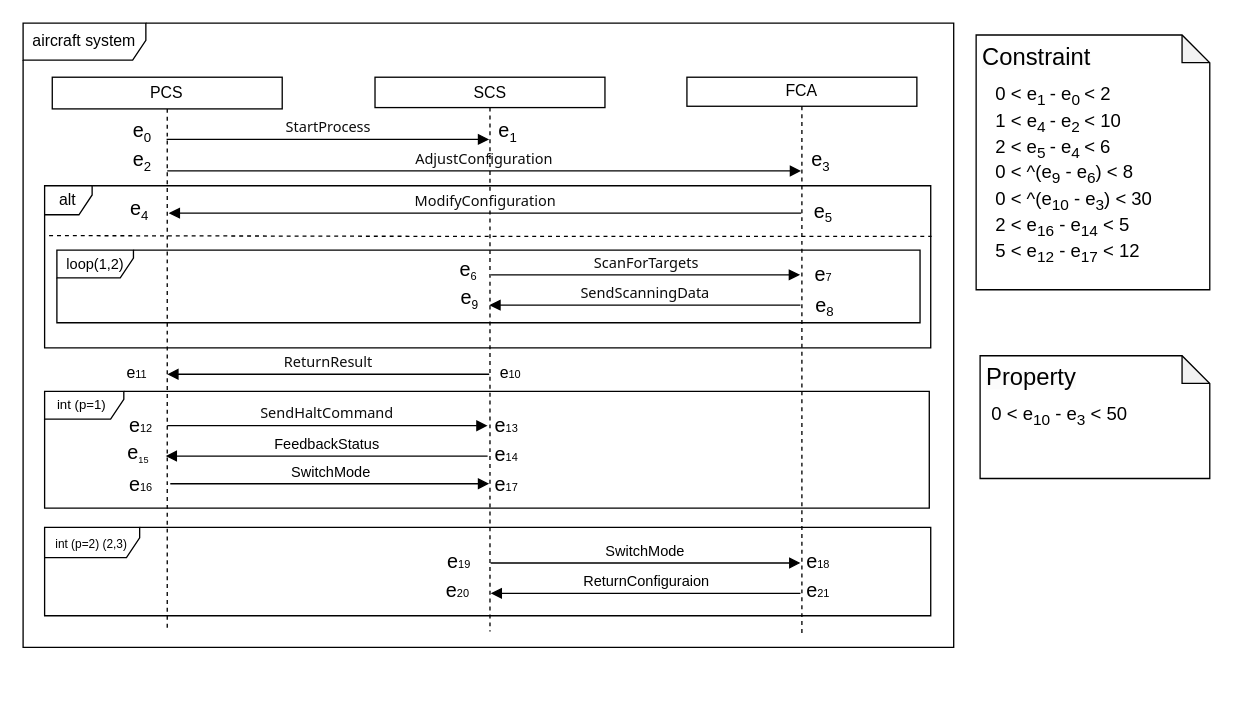
ShiYufei0708/draw keeps this draw.io diagram as block.drawio. Above is the earlier version. Source tidied: cells renumbered, new cells numbered last; positions are measured from the earlier drawing's top-left corner, leaving out a move shared by most shapes. Both pictures are drawn from the tidied source at 132%, with x=0, y=0 at pixel (22, 22).
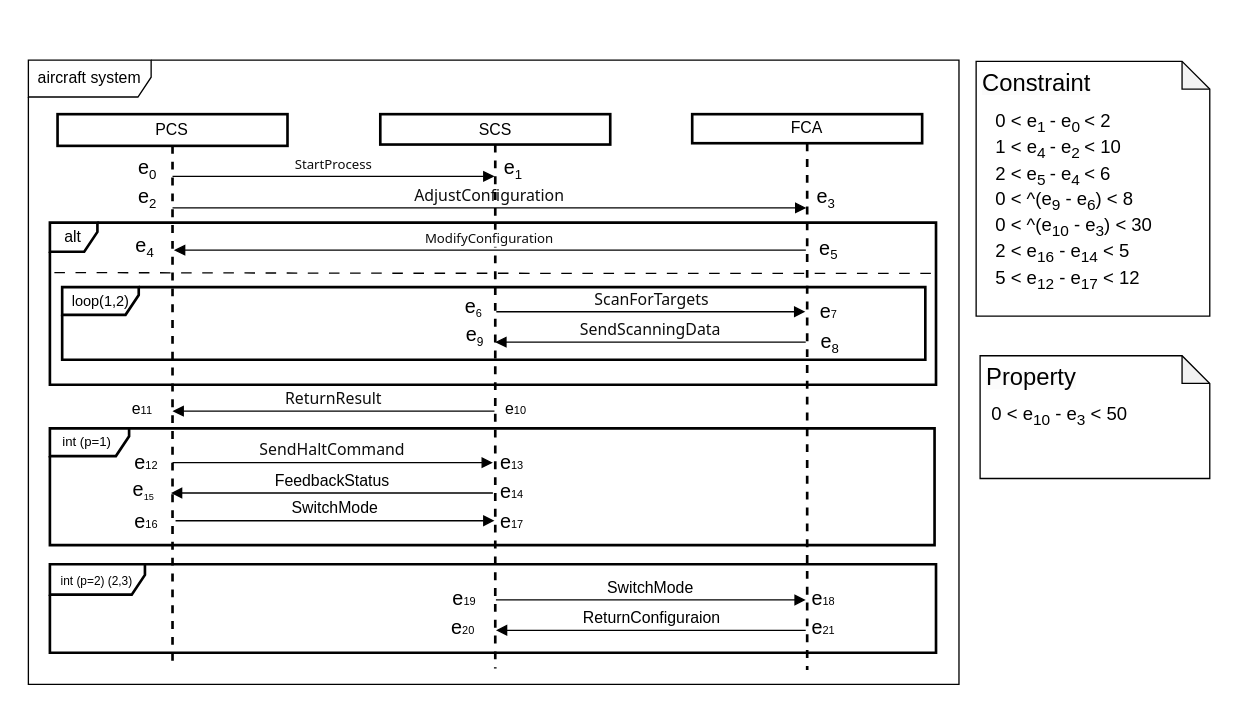
The same diagram, later.

The edit, as a diff of the source:
```diff
@@
     <mxCell id="2" style="group;" parent="1" vertex="1">
-      <mxGeometry x="722" y="9" width="177" height="193" as="geometry" />
+      <mxGeometry x="722" y="29" width="177" height="193" as="geometry" />
     </mxCell>
@@
-    <mxCell id="9" style="group;" parent="1" vertex="1">
-      <mxGeometry width="705" height="473" as="geometry" />
+    <mxCell id="9" style="group;strokeWidth=2;" parent="1" vertex="1">
+      <mxGeometry x="4" y="28" width="705" height="473" as="geometry" />
     </mxCell>
@@
-    <mxCell id="11" value="PCS" style="shape=umlLifeline;perimeter=lifelinePerimeter;whiteSpace=wrap;html=1;outlineConnect=0;portConstraint=eastwest;newEdgeStyle={&quot;curved&quot;:0,&quot;rounded&quot;:0};size=24;" parent="9" vertex="1">
+    <mxCell id="11" value="PCS" style="shape=umlLifeline;perimeter=lifelinePerimeter;whiteSpace=wrap;html=1;outlineConnect=0;portConstraint=eastwest;newEdgeStyle={&quot;curved&quot;:0,&quot;rounded&quot;:0};size=24;strokeWidth=2;" parent="9" vertex="1">
       <mxGeometry x="22.1" y="41" width="174.2" height="420" as="geometry" />
     </mxCell>
-    <mxCell id="12" value="FCA" style="shape=umlLifeline;perimeter=lifelinePerimeter;whiteSpace=wrap;html=1;outlineConnect=0;portConstraint=eastwest;newEdgeStyle={&quot;curved&quot;:0,&quot;rounded&quot;:0};size=22;" parent="9" vertex="1">
+    <mxCell id="12" value="FCA" style="shape=umlLifeline;perimeter=lifelinePerimeter;whiteSpace=wrap;html=1;outlineConnect=0;portConstraint=eastwest;newEdgeStyle={&quot;curved&quot;:0,&quot;rounded&quot;:0};size=22;strokeWidth=2;" parent="9" vertex="1">
       <mxGeometry x="502.9" y="41" width="174.2" height="421" as="geometry" />
     </mxCell>
-    <mxCell id="13" value="&lt;span style=&quot;color: rgb(13, 13, 13); font-family: Söhne, ui-sans-serif, system-ui, -apple-system, &amp;quot;Segoe UI&amp;quot;, Roboto, Ubuntu, Cantarell, &amp;quot;Noto Sans&amp;quot;, sans-serif, &amp;quot;Helvetica Neue&amp;quot;, Arial, &amp;quot;Apple Color Emoji&amp;quot;, &amp;quot;Segoe UI Emoji&amp;quot;, &amp;quot;Segoe UI Symbol&amp;quot;, &amp;quot;Noto Color Emoji&amp;quot;; text-align: left; white-space: pre-wrap;&quot;&gt;&lt;font style=&quot;font-size: 11px;&quot;&gt;AdjustConfiguration&lt;/font&gt;&lt;/span&gt;" style="html=1;verticalAlign=bottom;endArrow=block;curved=0;rounded=0;" parent="9" edge="1">
+    <mxCell id="13" value="&lt;span style=&quot;color: rgb(13, 13, 13); font-family: Söhne, ui-sans-serif, system-ui, -apple-system, &amp;quot;Segoe UI&amp;quot;, Roboto, Ubuntu, Cantarell, &amp;quot;Noto Sans&amp;quot;, sans-serif, &amp;quot;Helvetica Neue&amp;quot;, Arial, &amp;quot;Apple Color Emoji&amp;quot;, &amp;quot;Segoe UI Emoji&amp;quot;, &amp;quot;Segoe UI Symbol&amp;quot;, &amp;quot;Noto Color Emoji&amp;quot;; text-align: left; white-space: pre-wrap;&quot;&gt;&lt;font style=&quot;font-size: 12px;&quot;&gt;AdjustConfiguration&lt;/font&gt;&lt;/span&gt;" style="html=1;verticalAlign=bottom;endArrow=block;curved=0;rounded=0;" parent="9" edge="1">
       <mxGeometry relative="1" as="geometry">
         <mxPoint x="109.2" y="112" as="sourcePoint" />
         <mxPoint x="589.4" y="112" as="targetPoint" />
       </mxGeometry>
     </mxCell>
-    <mxCell id="14" value="&lt;div style=&quot;text-align: left;&quot;&gt;&lt;font size=&quot;1&quot; face=&quot;Söhne, ui-sans-serif, system-ui, -apple-system, Segoe UI, Roboto, Ubuntu, Cantarell, Noto Sans, sans-serif, Helvetica Neue, Arial, Apple Color Emoji, Segoe UI Emoji, Segoe UI Symbol, Noto Color Emoji&quot; color=&quot;#0d0d0d&quot;&gt;&lt;span style=&quot;white-space: pre-wrap; font-size: 11px;&quot;&gt;StartProcess&lt;/span&gt;&lt;/font&gt;&lt;br&gt;&lt;/div&gt;" style="html=1;verticalAlign=bottom;endArrow=block;curved=0;rounded=0;" parent="9" edge="1" source="11">
+    <mxCell id="14" value="&lt;div style=&quot;text-align: left;&quot;&gt;&lt;font size=&quot;1&quot; face=&quot;Söhne, ui-sans-serif, system-ui, -apple-system, Segoe UI, Roboto, Ubuntu, Cantarell, Noto Sans, sans-serif, Helvetica Neue, Arial, Apple Color Emoji, Segoe UI Emoji, Segoe UI Symbol, Noto Color Emoji&quot; color=&quot;#0d0d0d&quot;&gt;&lt;span style=&quot;white-space: pre-wrap;&quot;&gt;StartProcess&lt;/span&gt;&lt;/font&gt;&lt;br&gt;&lt;/div&gt;" style="html=1;verticalAlign=bottom;endArrow=block;curved=0;rounded=0;" parent="9" edge="1" source="11">
       <mxGeometry relative="1" as="geometry">
         <mxPoint x="353.1" y="88.1" as="targetPoint" />
       </mxGeometry>
     </mxCell>
-    <mxCell id="15" value="&lt;span style=&quot;color: rgb(13, 13, 13); font-family: Söhne, ui-sans-serif, system-ui, -apple-system, &amp;quot;Segoe UI&amp;quot;, Roboto, Ubuntu, Cantarell, &amp;quot;Noto Sans&amp;quot;, sans-serif, &amp;quot;Helvetica Neue&amp;quot;, Arial, &amp;quot;Apple Color Emoji&amp;quot;, &amp;quot;Segoe UI Emoji&amp;quot;, &amp;quot;Segoe UI Symbol&amp;quot;, &amp;quot;Noto Color Emoji&amp;quot;; text-align: left; white-space: pre-wrap;&quot;&gt;&lt;font style=&quot;font-size: 11px;&quot;&gt;ScanForTargets&lt;/font&gt;&lt;/span&gt;" style="html=1;verticalAlign=bottom;endArrow=block;curved=0;rounded=0;" parent="9" edge="1">
+    <mxCell id="15" value="&lt;span style=&quot;color: rgb(13, 13, 13); font-family: Söhne, ui-sans-serif, system-ui, -apple-system, &amp;quot;Segoe UI&amp;quot;, Roboto, Ubuntu, Cantarell, &amp;quot;Noto Sans&amp;quot;, sans-serif, &amp;quot;Helvetica Neue&amp;quot;, Arial, &amp;quot;Apple Color Emoji&amp;quot;, &amp;quot;Segoe UI Emoji&amp;quot;, &amp;quot;Segoe UI Symbol&amp;quot;, &amp;quot;Noto Color Emoji&amp;quot;; text-align: left; white-space: pre-wrap;&quot;&gt;&lt;font style=&quot;font-size: 12px;&quot;&gt;ScanForTargets&lt;/font&gt;&lt;/span&gt;" style="html=1;verticalAlign=bottom;endArrow=block;curved=0;rounded=0;" parent="9" edge="1">
       <mxGeometry relative="1" as="geometry">
         <mxPoint x="354.5" y="190.7" as="sourcePoint" />
         <mxPoint x="588.6" y="190.7" as="targetPoint" />
       </mxGeometry>
     </mxCell>
-    <mxCell id="16" value="&lt;span style=&quot;color: rgb(13, 13, 13); font-family: Söhne, ui-sans-serif, system-ui, -apple-system, &amp;quot;Segoe UI&amp;quot;, Roboto, Ubuntu, Cantarell, &amp;quot;Noto Sans&amp;quot;, sans-serif, &amp;quot;Helvetica Neue&amp;quot;, Arial, &amp;quot;Apple Color Emoji&amp;quot;, &amp;quot;Segoe UI Emoji&amp;quot;, &amp;quot;Segoe UI Symbol&amp;quot;, &amp;quot;Noto Color Emoji&amp;quot;; text-align: left; white-space: pre-wrap;&quot;&gt;&lt;font style=&quot;font-size: 11px;&quot;&gt;ReturnResult&lt;/font&gt;&lt;/span&gt;" style="html=1;verticalAlign=bottom;endArrow=block;curved=0;rounded=0;" parent="9" edge="1">
+    <mxCell id="16" value="&lt;span style=&quot;color: rgb(13, 13, 13); font-family: Söhne, ui-sans-serif, system-ui, -apple-system, &amp;quot;Segoe UI&amp;quot;, Roboto, Ubuntu, Cantarell, &amp;quot;Noto Sans&amp;quot;, sans-serif, &amp;quot;Helvetica Neue&amp;quot;, Arial, &amp;quot;Apple Color Emoji&amp;quot;, &amp;quot;Segoe UI Emoji&amp;quot;, &amp;quot;Segoe UI Symbol&amp;quot;, &amp;quot;Noto Color Emoji&amp;quot;; text-align: left; white-space: pre-wrap;&quot;&gt;&lt;font style=&quot;font-size: 12px;&quot;&gt;ReturnResult&lt;/font&gt;&lt;/span&gt;" style="html=1;verticalAlign=bottom;endArrow=block;curved=0;rounded=0;" parent="9" edge="1">
       <mxGeometry relative="1" as="geometry">
         <mxPoint x="353.1" y="266" as="sourcePoint" />
         <mxPoint x="109.2" y="266" as="targetPoint" />
       </mxGeometry>
     </mxCell>
-    <mxCell id="17" value="&lt;font style=&quot;font-size: 10px;&quot;&gt;int (p=1)&amp;nbsp;&lt;/font&gt;" style="shape=umlFrame;whiteSpace=wrap;html=1;width=60;height=21;" parent="9" vertex="1">
+    <mxCell id="17" value="&lt;font style=&quot;font-size: 10px;&quot;&gt;int (p=1)&amp;nbsp;&lt;/font&gt;" style="shape=umlFrame;whiteSpace=wrap;html=1;width=60;height=21;strokeWidth=2;" parent="9" vertex="1">
       <mxGeometry x="16.3" y="279" width="670.2" height="88.5" as="geometry" />
     </mxCell>
-    <mxCell id="18" value="&lt;font style=&quot;font-size: 11px;&quot;&gt;FeedbackStatus&lt;/font&gt;" style="html=1;verticalAlign=bottom;endArrow=block;curved=0;rounded=0;exitX=0.059;exitY=0.567;exitDx=0;exitDy=0;exitPerimeter=0;" parent="9" edge="1">
+    <mxCell id="18" value="&lt;font style=&quot;font-size: 12px;&quot;&gt;FeedbackStatus&lt;/font&gt;" style="html=1;verticalAlign=bottom;endArrow=block;curved=0;rounded=0;exitX=0.059;exitY=0.567;exitDx=0;exitDy=0;exitPerimeter=0;" parent="9" edge="1">
       <mxGeometry relative="1" as="geometry">
         <mxPoint x="351.9" y="328" as="sourcePoint" />
         <mxPoint x="108" y="328" as="targetPoint" />
       </mxGeometry>
     </mxCell>
-    <mxCell id="19" value="&lt;font style=&quot;font-size: 11px;&quot;&gt;SwitchMode&lt;/font&gt;" style="html=1;verticalAlign=bottom;endArrow=block;curved=0;rounded=0;" parent="9" edge="1">
-      <mxGeometry relative="1" as="geometry">
+    <mxCell id="19" value="&lt;font style=&quot;font-size: 12px;&quot;&gt;SwitchMode&lt;/font&gt;" style="html=1;verticalAlign=bottom;endArrow=block;curved=0;rounded=0;" parent="9" edge="1">
+      <mxGeometry x="-0.01" relative="1" as="geometry">
         <mxPoint x="111.5" y="349" as="sourcePoint" />
         <mxPoint x="353.1" y="349" as="targetPoint" />
       </mxGeometry>
     </mxCell>
-    <mxCell id="20" value="SCS" style="shape=umlLifeline;perimeter=lifelinePerimeter;whiteSpace=wrap;html=1;outlineConnect=0;portConstraint=eastwest;newEdgeStyle={&quot;curved&quot;:0,&quot;rounded&quot;:0};size=23;" parent="9" vertex="1">
+    <mxCell id="20" value="SCS" style="shape=umlLifeline;perimeter=lifelinePerimeter;whiteSpace=wrap;html=1;outlineConnect=0;portConstraint=eastwest;newEdgeStyle={&quot;curved&quot;:0,&quot;rounded&quot;:0};size=23;strokeWidth=2;" parent="9" vertex="1">
       <mxGeometry x="266.6" y="41" width="174.2" height="420" as="geometry" />
     </mxCell>
-    <mxCell id="21" value="&lt;span style=&quot;text-align: left;&quot;&gt;&lt;font style=&quot;&quot;&gt;&lt;font size=&quot;1&quot; face=&quot;Söhne, ui-sans-serif, system-ui, -apple-system, Segoe UI, Roboto, Ubuntu, Cantarell, Noto Sans, sans-serif, Helvetica Neue, Arial, Apple Color Emoji, Segoe UI Emoji, Segoe UI Symbol, Noto Color Emoji&quot; color=&quot;#0d0d0d&quot;&gt;&lt;span style=&quot;white-space: pre-wrap; font-size: 11px;&quot;&gt;ModifyConfiguration&lt;/span&gt;&lt;/font&gt;&lt;/font&gt;&lt;/span&gt;" style="html=1;verticalAlign=bottom;endArrow=none;curved=0;rounded=0;startArrow=block;startFill=1;endFill=0;" parent="9" edge="1" target="12">
+    <mxCell id="21" value="&lt;span style=&quot;text-align: left;&quot;&gt;&lt;font style=&quot;&quot;&gt;&lt;font size=&quot;1&quot; face=&quot;Söhne, ui-sans-serif, system-ui, -apple-system, Segoe UI, Roboto, Ubuntu, Cantarell, Noto Sans, sans-serif, Helvetica Neue, Arial, Apple Color Emoji, Segoe UI Emoji, Segoe UI Symbol, Noto Color Emoji&quot; color=&quot;#0d0d0d&quot;&gt;&lt;span style=&quot;white-space: pre-wrap;&quot;&gt;ModifyConfiguration&lt;/span&gt;&lt;/font&gt;&lt;/font&gt;&lt;/span&gt;" style="html=1;verticalAlign=bottom;endArrow=none;curved=0;rounded=0;startArrow=block;startFill=1;endFill=0;" parent="9" edge="1" target="12">
       <mxGeometry relative="1" as="geometry">
         <mxPoint x="110.3" y="144" as="sourcePoint" />
       </mxGeometry>
     </mxCell>
-    <mxCell id="22" value="alt" style="shape=umlFrame;whiteSpace=wrap;html=1;width=36;height=22;" parent="9" vertex="1">
+    <mxCell id="22" value="alt" style="shape=umlFrame;whiteSpace=wrap;html=1;width=36;height=22;strokeWidth=2;" parent="9" vertex="1">
       <mxGeometry x="16.3" y="123.2" width="671.3" height="122.8" as="geometry" />
     </mxCell>
-    <mxCell id="23" value="&lt;span style=&quot;color: rgb(13, 13, 13); font-family: Söhne, ui-sans-serif, system-ui, -apple-system, &amp;quot;Segoe UI&amp;quot;, Roboto, Ubuntu, Cantarell, &amp;quot;Noto Sans&amp;quot;, sans-serif, &amp;quot;Helvetica Neue&amp;quot;, Arial, &amp;quot;Apple Color Emoji&amp;quot;, &amp;quot;Segoe UI Emoji&amp;quot;, &amp;quot;Segoe UI Symbol&amp;quot;, &amp;quot;Noto Color Emoji&amp;quot;; text-align: left; white-space: pre-wrap;&quot;&gt;&lt;font style=&quot;font-size: 11px;&quot;&gt;SendScanningData&lt;/font&gt;&lt;/span&gt;" style="html=1;verticalAlign=bottom;endArrow=block;curved=0;rounded=0;" parent="9" edge="1" target="20">
+    <mxCell id="23" value="&lt;span style=&quot;color: rgb(13, 13, 13); font-family: Söhne, ui-sans-serif, system-ui, -apple-system, &amp;quot;Segoe UI&amp;quot;, Roboto, Ubuntu, Cantarell, &amp;quot;Noto Sans&amp;quot;, sans-serif, &amp;quot;Helvetica Neue&amp;quot;, Arial, &amp;quot;Apple Color Emoji&amp;quot;, &amp;quot;Segoe UI Emoji&amp;quot;, &amp;quot;Segoe UI Symbol&amp;quot;, &amp;quot;Noto Color Emoji&amp;quot;; text-align: left; white-space: pre-wrap;&quot;&gt;&lt;font style=&quot;font-size: 12px;&quot;&gt;SendScanningData&lt;/font&gt;&lt;/span&gt;" style="html=1;verticalAlign=bottom;endArrow=block;curved=0;rounded=0;" parent="9" edge="1" target="20">
       <mxGeometry relative="1" as="geometry">
         <mxPoint x="588.9" y="213.7" as="sourcePoint" />
       </mxGeometry>
     </mxCell>
-    <mxCell id="24" style="endArrow=none;dashed=1;html=1;rounded=0;exitX=-0.003;exitY=0.275;exitDx=0;exitDy=0;exitPerimeter=0;entryX=1.001;entryY=0.313;entryDx=0;entryDy=0;entryPerimeter=0;" parent="9" edge="1" target="22">
+    <mxCell id="24" style="endArrow=none;dashed=1;html=1;rounded=0;exitX=-0.003;exitY=0.275;exitDx=0;exitDy=0;exitPerimeter=0;entryX=1.001;entryY=0.313;entryDx=0;entryDy=0;entryPerimeter=0;dashPattern=8 8;strokeWidth=1;" parent="9" edge="1" target="22">
       <mxGeometry relative="1" as="geometry">
         <mxPoint x="19.7" y="161" as="sourcePoint" />
         <Array as="points">
           <mxPoint x="279.9" y="161.5" />
         </Array>
       </mxGeometry>
     </mxCell>
-    <mxCell id="25" value="&lt;font style=&quot;font-size: 11px;&quot;&gt;loop(1,2)&lt;/font&gt;" style="shape=umlFrame;whiteSpace=wrap;html=1;width=58;height=21;" parent="9" vertex="1">
+    <mxCell id="25" value="&lt;font style=&quot;font-size: 11px;&quot;&gt;loop(1,2)&lt;/font&gt;" style="shape=umlFrame;whiteSpace=wrap;html=1;width=58;height=21;strokeWidth=2;" parent="9" vertex="1">
       <mxGeometry x="25.6" y="172" width="653.9" height="55" as="geometry" />
     </mxCell>
-    <mxCell id="26" value="&lt;font style=&quot;font-size: 9px;&quot;&gt;int (p=2)&amp;nbsp;(2,3)&lt;/font&gt;" style="shape=umlFrame;whiteSpace=wrap;html=1;width=72;height=23;" parent="9" vertex="1">
+    <mxCell id="26" value="&lt;font style=&quot;font-size: 9px;&quot;&gt;int (p=2)&amp;nbsp;(2,3)&lt;/font&gt;" style="shape=umlFrame;whiteSpace=wrap;html=1;width=72;height=23;strokeWidth=2;" parent="9" vertex="1">
       <mxGeometry x="16.3" y="382" width="671.3" height="67" as="geometry" />
     </mxCell>
-    <mxCell id="27" value="&lt;font style=&quot;font-size: 11px;&quot;&gt;SwitchMode&lt;/font&gt;" style="html=1;verticalAlign=bottom;endArrow=block;curved=0;rounded=0;" parent="9" edge="1">
+    <mxCell id="27" value="&lt;font style=&quot;font-size: 12px;&quot;&gt;SwitchMode&lt;/font&gt;" style="html=1;verticalAlign=bottom;endArrow=block;curved=0;rounded=0;" parent="9" edge="1">
       <mxGeometry relative="1" as="geometry">
         <mxPoint x="354.2" y="409" as="sourcePoint" />
         <mxPoint x="588.9" y="409" as="targetPoint" />
       </mxGeometry>
     </mxCell>
-    <mxCell id="28" value="&lt;font style=&quot;font-size: 11px;&quot;&gt;ReturnConfiguraion&lt;/font&gt;" style="html=1;verticalAlign=bottom;endArrow=block;curved=0;rounded=0;" parent="9" edge="1">
+    <mxCell id="28" value="&lt;font style=&quot;font-size: 12px;&quot;&gt;ReturnConfiguraion&lt;/font&gt;" style="html=1;verticalAlign=bottom;endArrow=block;curved=0;rounded=0;" parent="9" edge="1">
       <mxGeometry relative="1" as="geometry">
         <mxPoint x="588.9" y="432" as="sourcePoint" />
         <mxPoint x="354.2" y="432" as="targetPoint" />
       </mxGeometry>
     </mxCell>
@@
-    <mxCell id="49" value="&lt;span style=&quot;color: rgb(13, 13, 13); font-family: Söhne, ui-sans-serif, system-ui, -apple-system, &amp;quot;Segoe UI&amp;quot;, Roboto, Ubuntu, Cantarell, &amp;quot;Noto Sans&amp;quot;, sans-serif, &amp;quot;Helvetica Neue&amp;quot;, Arial, &amp;quot;Apple Color Emoji&amp;quot;, &amp;quot;Segoe UI Emoji&amp;quot;, &amp;quot;Segoe UI Symbol&amp;quot;, &amp;quot;Noto Color Emoji&amp;quot;; text-align: left; white-space: pre-wrap;&quot;&gt;&lt;font style=&quot;font-size: 11px;&quot;&gt;SendHaltCommand&lt;/font&gt;&lt;/span&gt;" style="html=1;verticalAlign=bottom;endArrow=block;curved=0;rounded=0;entryX=0.059;entryY=0.577;entryDx=0;entryDy=0;entryPerimeter=0;" parent="9" edge="1">
+    <mxCell id="49" value="&lt;span style=&quot;color: rgb(13, 13, 13); font-family: Söhne, ui-sans-serif, system-ui, -apple-system, &amp;quot;Segoe UI&amp;quot;, Roboto, Ubuntu, Cantarell, &amp;quot;Noto Sans&amp;quot;, sans-serif, &amp;quot;Helvetica Neue&amp;quot;, Arial, &amp;quot;Apple Color Emoji&amp;quot;, &amp;quot;Segoe UI Emoji&amp;quot;, &amp;quot;Segoe UI Symbol&amp;quot;, &amp;quot;Noto Color Emoji&amp;quot;; text-align: left; white-space: pre-wrap;&quot;&gt;&lt;font style=&quot;font-size: 12px;&quot;&gt;SendHaltCommand&lt;/font&gt;&lt;/span&gt;" style="html=1;verticalAlign=bottom;endArrow=block;curved=0;rounded=0;entryX=0.059;entryY=0.577;entryDx=0;entryDy=0;entryPerimeter=0;" parent="9" edge="1">
       <mxGeometry relative="1" as="geometry">
         <mxPoint x="109.2" y="305" as="sourcePoint" />
         <mxPoint x="351.9" y="305" as="targetPoint" />
       </mxGeometry>
     </mxCell>
```
